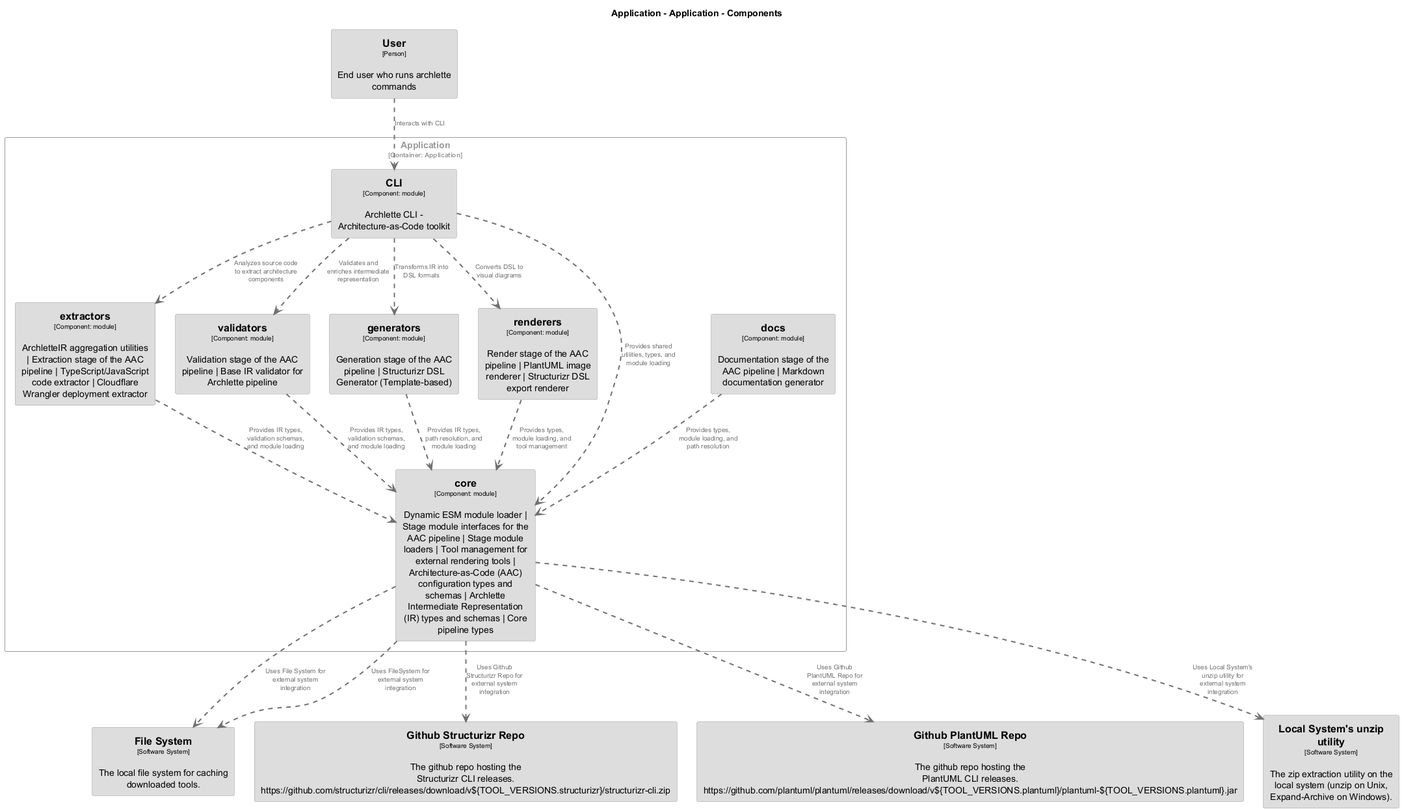
Earlier version of the PlantUML export docs/architecture/diagrams/structurizr-Components_Application.png (chrislyons-dev/archlette).
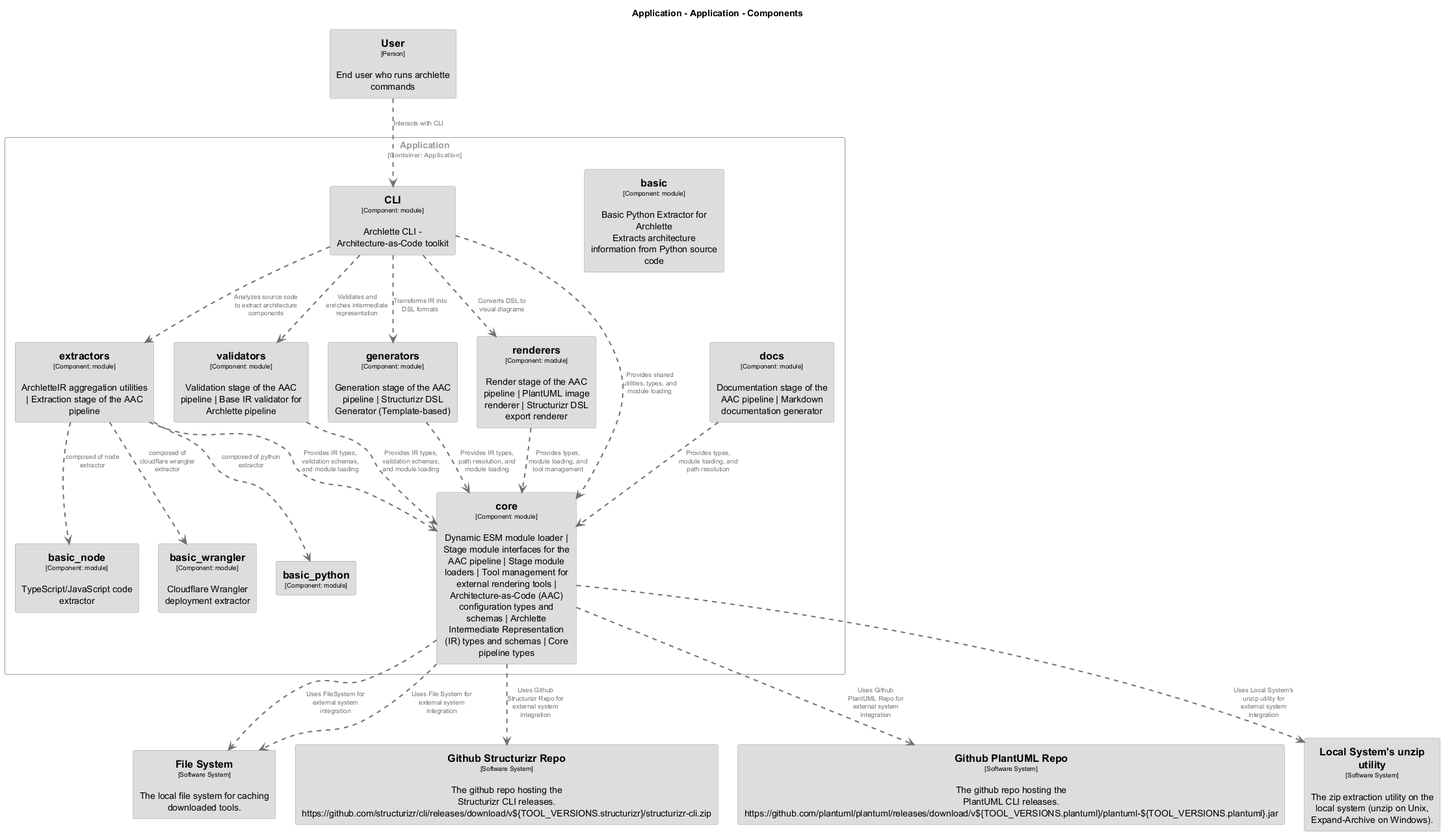
After the commit.

Diff of the diagram source:
```diff
@@ -57,6 +57,30 @@
   BorderColor #9a9a9a
   shadowing false
 }
+skinparam rectangle<<Application.Application.basic>> {
+  BackgroundColor #dddddd
+  FontColor #000000
+  BorderColor #9a9a9a
+  shadowing false
+}
+skinparam rectangle<<Application.Application.basic_node>> {
+  BackgroundColor #dddddd
+  FontColor #000000
+  BorderColor #9a9a9a
+  shadowing false
+}
+skinparam rectangle<<Application.Application.basic_python>> {
+  BackgroundColor #dddddd
+  FontColor #000000
+  BorderColor #9a9a9a
+  shadowing false
+}
+skinparam rectangle<<Application.Application.basic_wrangler>> {
+  BackgroundColor #dddddd
+  FontColor #000000
+  BorderColor #9a9a9a
+  shadowing false
+}
 skinparam rectangle<<Application.Application.core>> {
   BackgroundColor #dddddd
   FontColor #000000
@@ -107,23 +131,28 @@
 rectangle "==File System\n<size:10>[Software System]</size>\n\nThe local file system for caching downloaded tools." <<FileSystem>> as FileSystem
 
 rectangle "Application\n<size:10>[Container: Application]</size>" <<Application.Application>> {
-  rectangle "==extractors\n<size:10>[Component: module]</size>\n\nArchletteIR aggregation utilities | Extraction stage of the AAC pipeline | TypeScript/JavaScript code extractor | Cloudflare Wrangler deployment extractor" <<Application.Application.extractors>> as Application.Application.extractors
+  rectangle "==extractors\n<size:10>[Component: module]</size>\n\nArchletteIR aggregation utilities | Extraction stage of the AAC pipeline" <<Application.Application.extractors>> as Application.Application.extractors
   rectangle "==validators\n<size:10>[Component: module]</size>\n\nValidation stage of the AAC pipeline | Base IR validator for Archlette pipeline" <<Application.Application.validators>> as Application.Application.validators
   rectangle "==generators\n<size:10>[Component: module]</size>\n\nGeneration stage of the AAC pipeline | Structurizr DSL Generator (Template-based)" <<Application.Application.generators>> as Application.Application.generators
   rectangle "==renderers\n<size:10>[Component: module]</size>\n\nRender stage of the AAC pipeline | PlantUML image renderer | Structurizr DSL export renderer" <<Application.Application.renderers>> as Application.Application.renderers
   rectangle "==docs\n<size:10>[Component: module]</size>\n\nDocumentation stage of the AAC pipeline | Markdown documentation generator" <<Application.Application.docs>> as Application.Application.docs
   rectangle "==core\n<size:10>[Component: module]</size>\n\nDynamic ESM module loader | Stage module interfaces for the AAC pipeline | Stage module loaders | Tool management for external rendering tools | Architecture-as-Code (AAC) configuration types and schemas | Archlette Intermediate Representation (IR) types and schemas | Core pipeline types" <<Application.Application.core>> as Application.Application.core
+  rectangle "==basic_node\n<size:10>[Component: module]</size>\n\nTypeScript/JavaScript code extractor" <<Application.Application.basic_node>> as Application.Application.basic_node
+  rectangle "==basic\n<size:10>[Component: module]</size>\n\nBasic Python Extractor for Archlette\nExtracts architecture information from Python source code" <<Application.Application.basic>> as Application.Application.basic
+  rectangle "==basic_wrangler\n<size:10>[Component: module]</size>\n\nCloudflare Wrangler deployment extractor" <<Application.Application.basic_wrangler>> as Application.Application.basic_wrangler
+  rectangle "==basic_python\n<size:10>[Component: module]</size>" <<Application.Application.basic_python>> as Application.Application.basic_python
   rectangle "==CLI\n<size:10>[Component: module]</size>\n\nArchlette CLI - Architecture-as-Code toolkit" <<Application.Application.CLI>> as Application.Application.CLI
 }
 
-Application.Application.core .[#707070,thickness=2].> LocalSystemsunziputility : "<color:#707070>Uses Local System's unzip utility for external system integration"
-Application.Application.core .[#707070,thickness=2].> FileSystem : "<color:#707070>Uses File System for external system integration"
 Application.Application.CLI .[#707070,thickness=2].> Application.Application.extractors : "<color:#707070>Analyzes source code to extract architecture components"
 Application.Application.CLI .[#707070,thickness=2].> Application.Application.validators : "<color:#707070>Validates and enriches intermediate representation"
 Application.Application.CLI .[#707070,thickness=2].> Application.Application.generators : "<color:#707070>Transforms IR into DSL formats"
 Application.Application.CLI .[#707070,thickness=2].> Application.Application.renderers : "<color:#707070>Converts DSL to visual diagrams"
 Application.Application.CLI .[#707070,thickness=2].> Application.Application.core : "<color:#707070>Provides shared utilities, types, and module loading"
 Application.Application.extractors .[#707070,thickness=2].> Application.Application.core : "<color:#707070>Provides IR types, validation schemas, and module loading"
+Application.Application.extractors .[#707070,thickness=2].> Application.Application.basic_node : "<color:#707070>composed of node extractor"
+Application.Application.extractors .[#707070,thickness=2].> Application.Application.basic_python : "<color:#707070>composed of python extractor"
+Application.Application.extractors .[#707070,thickness=2].> Application.Application.basic_wrangler : "<color:#707070>composed of cloudflare wrangler extractor"
 Application.Application.validators .[#707070,thickness=2].> Application.Application.core : "<color:#707070>Provides IR types, validation schemas, and module loading"
 Application.Application.generators .[#707070,thickness=2].> Application.Application.core : "<color:#707070>Provides IR types, path resolution, and module loading"
 Application.Application.renderers .[#707070,thickness=2].> Application.Application.core : "<color:#707070>Provides types, module loading, and tool management"
@@ -132,4 +161,6 @@
 Application.Application.core .[#707070,thickness=2].> FileSystem : "<color:#707070>Uses FileSystem for external system integration"
 Application.Application.core .[#707070,thickness=2].> GithubStructurizrRepo : "<color:#707070>Uses Github Structurizr Repo for external system integration"
 Application.Application.core .[#707070,thickness=2].> GithubPlantUMLRepo : "<color:#707070>Uses Github PlantUML Repo for external system integration"
+Application.Application.core .[#707070,thickness=2].> LocalSystemsunziputility : "<color:#707070>Uses Local System's unzip utility for external system integration"
+Application.Application.core .[#707070,thickness=2].> FileSystem : "<color:#707070>Uses File System for external system integration"
 @enduml
```
